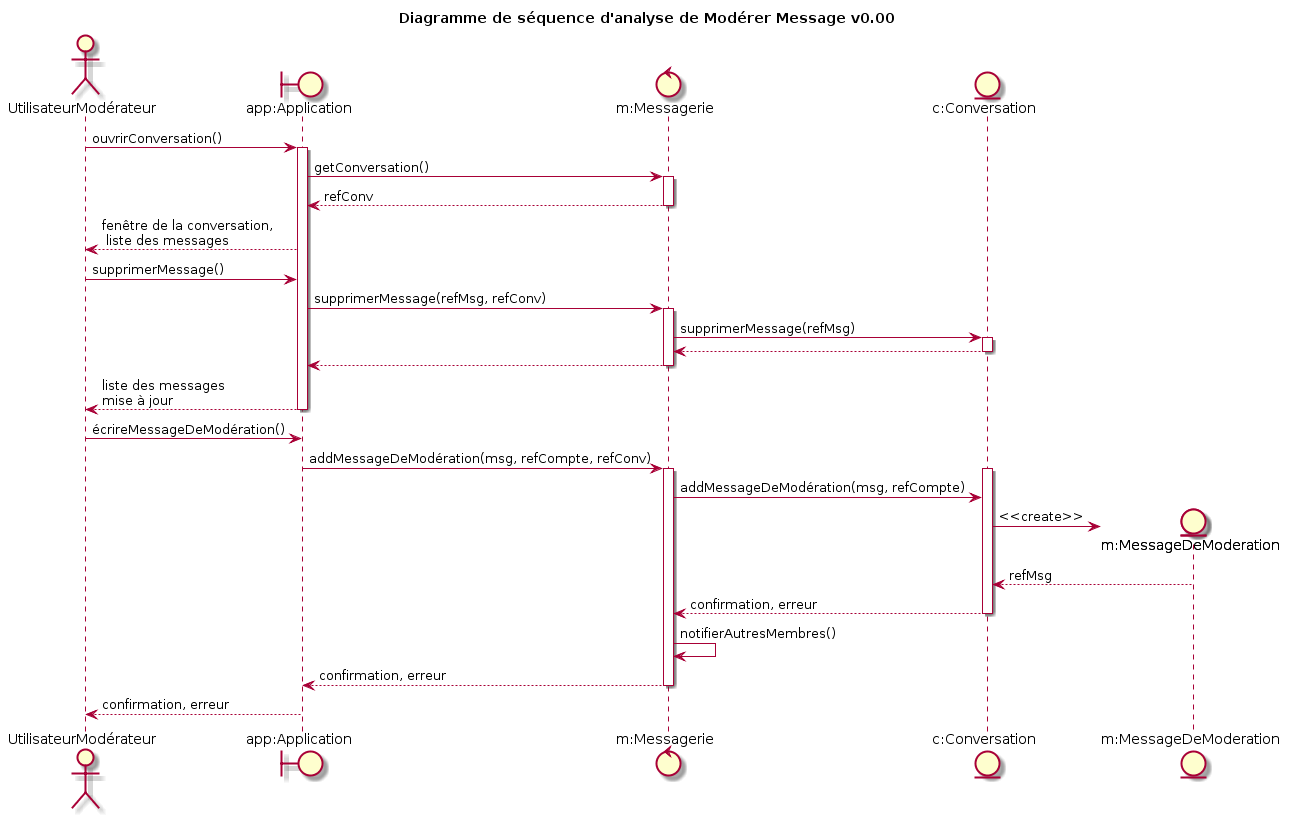
Earlier version of the PlantUML export DC/diagrammes/dsa-moderer.png (gdarchen/WhatsASI). The source it was exported from:
```plantuml
@startuml
title Diagramme de séquence d'analyse de Modérer Message v0.00
actor UtilisateurModérateur as H
boundary "app:Application" as A
control "m:Messagerie" as M
entity "c:Conversation" as C
entity "m:MessageDeModeration" as MsgMd

H -> A : ouvrirConversation()
activate A
    A -> M : getConversation()
    activate M
    A <-- M : refConv
    deactivate M
H <-- A : fenêtre de la conversation,\n liste des messages
H -> A : supprimerMessage()
    A -> M : supprimerMessage(refMsg, refConv)
    activate M
        M -> C : supprimerMessage(refMsg)
        activate C
        M <-- C

        deactivate C
    A <-- M
    deactivate M
H <-- A : liste des messages\nmise à jour
deactivate A
H -> A : écrireMessageDeModération()
    A -> M : addMessageDeModération(msg, refCompte, refConv)
    activate M
        activate C
        M -> C : addMessageDeModération(msg, refCompte)
        create MsgMd

        C -> MsgMd : <<create>>
        C <-- MsgMd : refMsg
        M <-- C : confirmation, erreur
        deactivate C
        M -> M : notifierAutresMembres()
    A <-- M : confirmation, erreur
    deactivate M
H <-- A : confirmation, erreur
@enduml
```
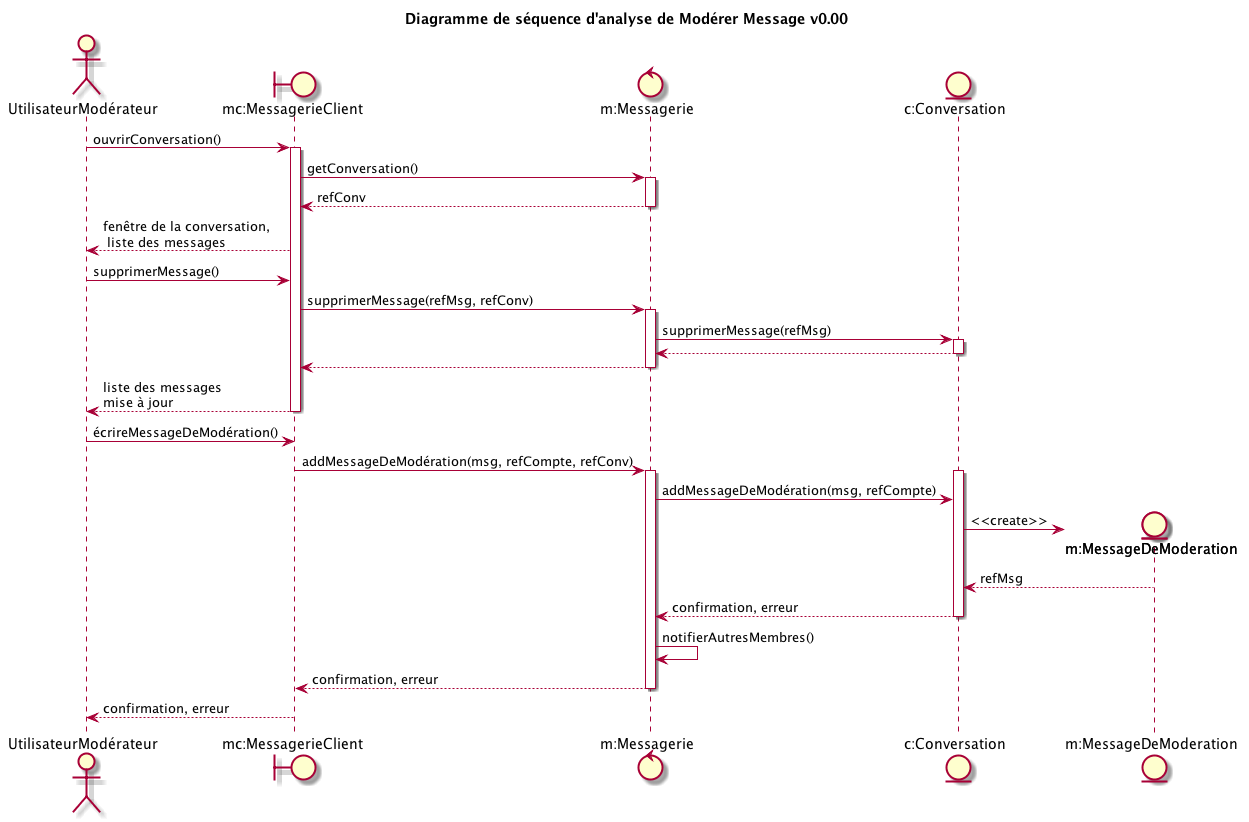
After the commit.

Diff of the diagram source:
```diff
@@ -1,7 +1,7 @@
 @startuml
 title Diagramme de séquence d'analyse de Modérer Message v0.00
 actor UtilisateurModérateur as H
-boundary "app:Application" as A
+boundary "mc:MessagerieClient" as A
 control "m:Messagerie" as M
 entity "c:Conversation" as C
 entity "m:MessageDeModeration" as MsgMd
```
